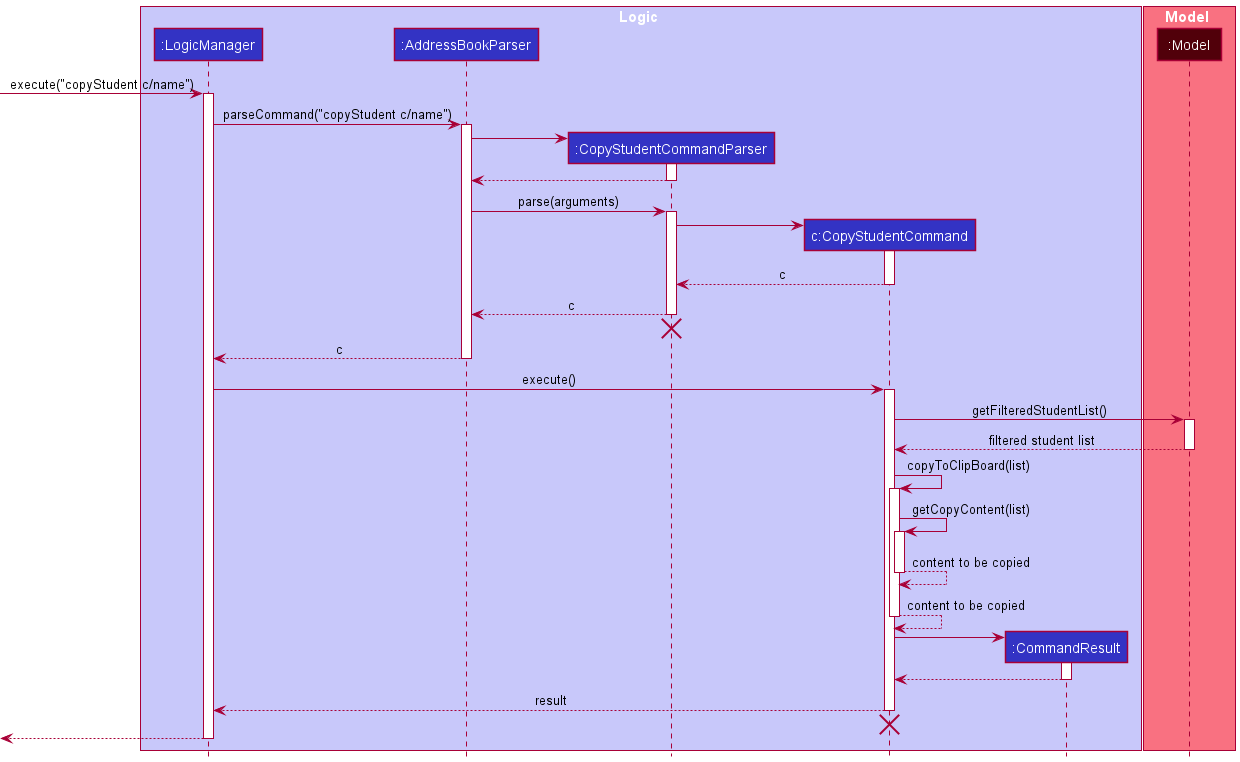
random689/tp keeps this PlantUML diagram as docs/images/CopySequenceDiagram.png. Above is the earlier version.
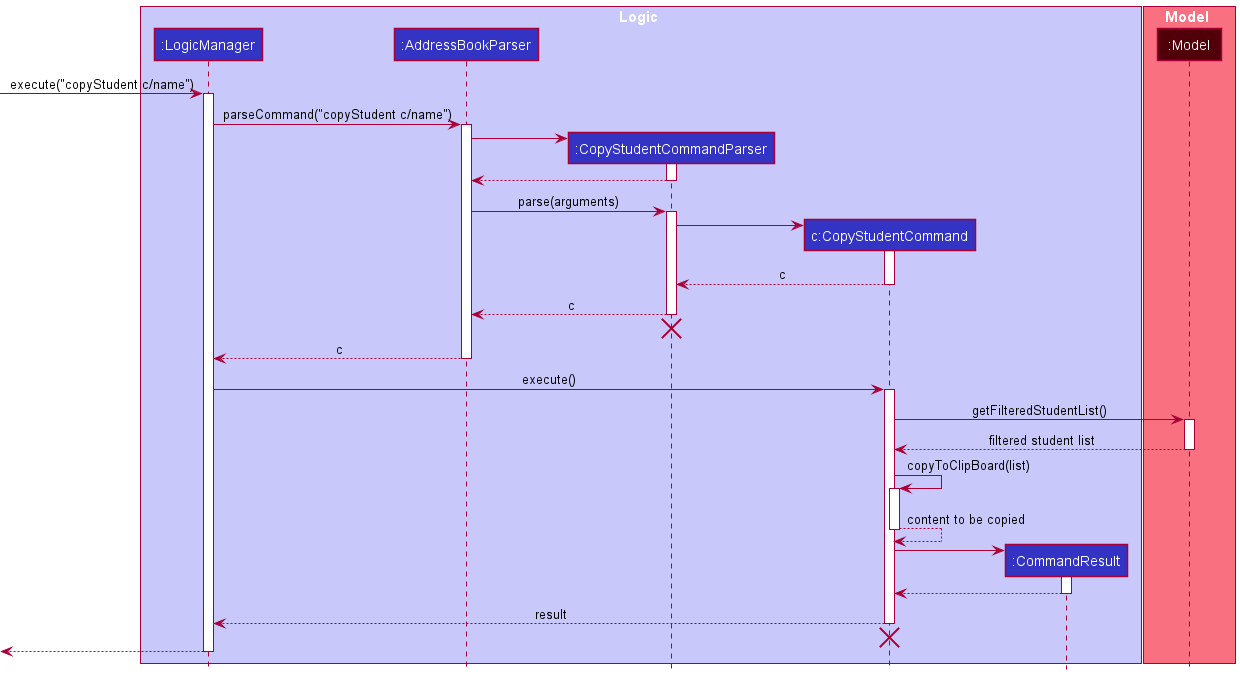
The same file after the commit.

Commit message:
Update CopySequenceDiagram.png to remove some redundant details

Change to the diagram source:
```diff
@@ -56,12 +56,6 @@
 CopyStudentCommand -> CopyStudentCommand : copyToClipBoard(list)
 activate CopyStudentCommand
 
-CopyStudentCommand -> CopyStudentCommand : getCopyContent(list)
-activate CopyStudentCommand
-
-CopyStudentCommand --> CopyStudentCommand : content to be copied
-deactivate CopyStudentCommand
-
 CopyStudentCommand --> CopyStudentCommand : content to be copied
 deactivate CopyStudentCommand
 
```
